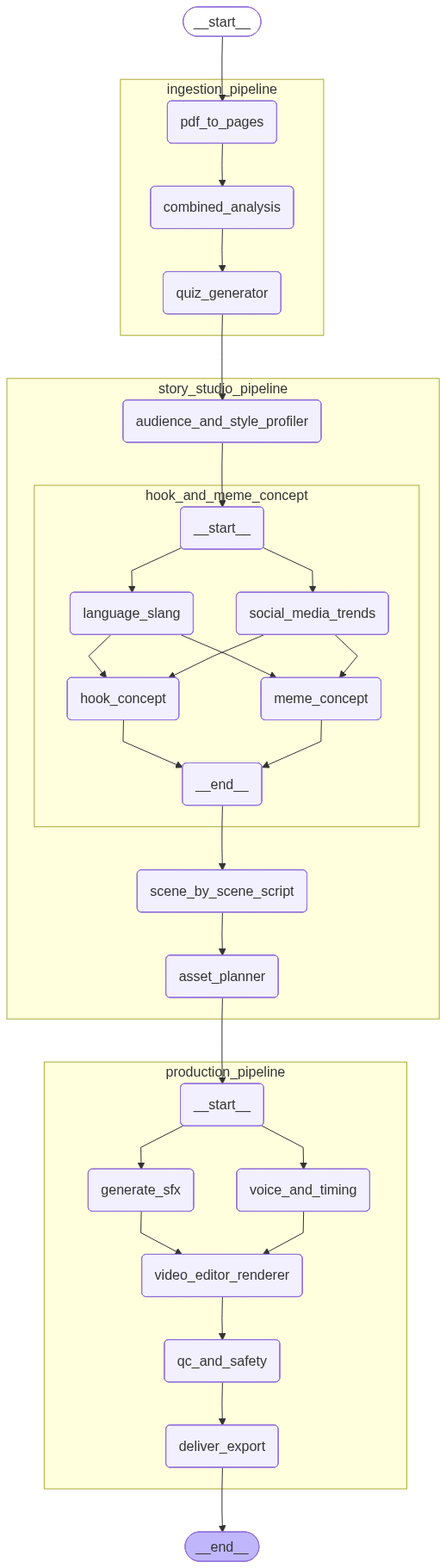
Above: graph.png in zeerafle/brainwrought (Mermaid), before the change. Its source is kept beside it as graph.mmd.
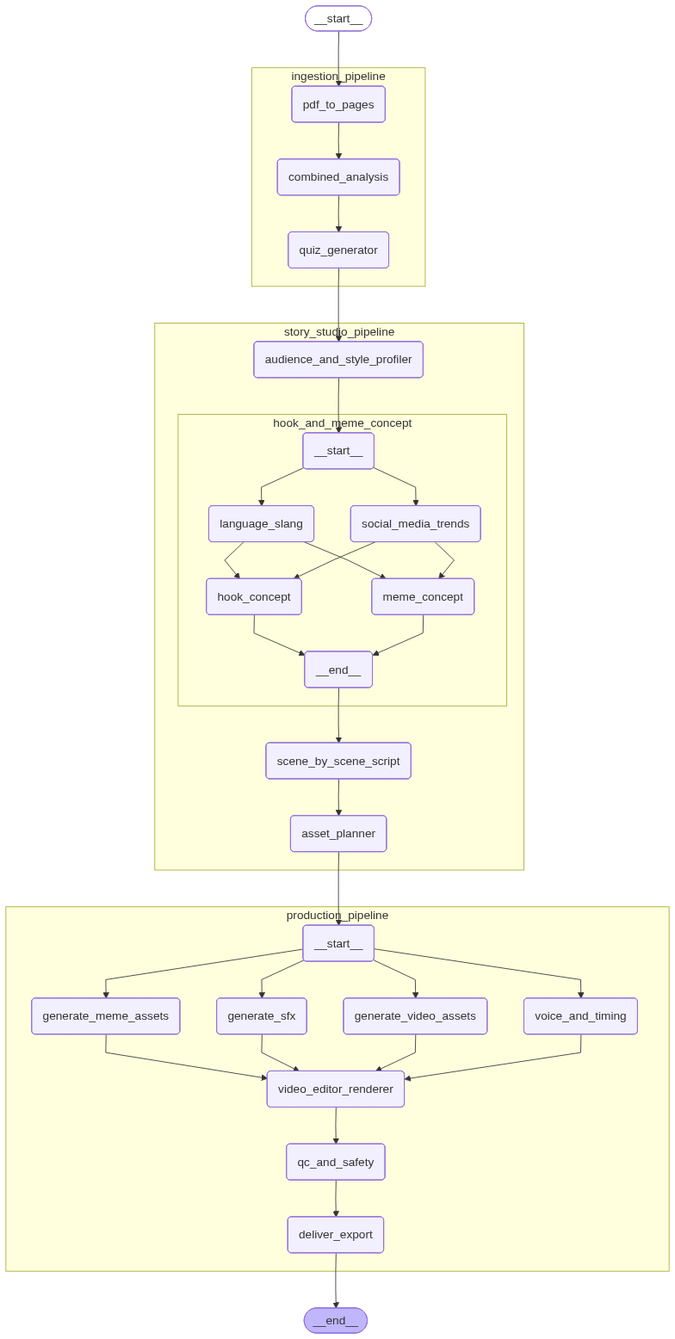
Later version of the same file.

Commit message:
Add meme asset generation and integration into production pipeline

Change to the diagram source:
```diff
@@ -45,12 +45,18 @@
 	production_pipeline\3a__start__(<p>__start__</p>)
 	production_pipeline\3avoice_and_timing(voice_and_timing)
 	production_pipeline\3agenerate_sfx(generate_sfx)
+	production_pipeline\3agenerate_video_assets(generate_video_assets)
+	production_pipeline\3agenerate_meme_assets(generate_meme_assets)
 	production_pipeline\3avideo_editor_renderer(video_editor_renderer)
 	production_pipeline\3aqc_and_safety(qc_and_safety)
 	production_pipeline\3adeliver_export(deliver_export)
+	production_pipeline\3a__start__ --> production_pipeline\3agenerate_meme_assets;
 	production_pipeline\3a__start__ --> production_pipeline\3agenerate_sfx;
+	production_pipeline\3a__start__ --> production_pipeline\3agenerate_video_assets;
 	production_pipeline\3a__start__ --> production_pipeline\3avoice_and_timing;
+	production_pipeline\3agenerate_meme_assets --> production_pipeline\3avideo_editor_renderer;
 	production_pipeline\3agenerate_sfx --> production_pipeline\3avideo_editor_renderer;
+	production_pipeline\3agenerate_video_assets --> production_pipeline\3avideo_editor_renderer;
 	production_pipeline\3aqc_and_safety --> production_pipeline\3adeliver_export;
 	production_pipeline\3avideo_editor_renderer --> production_pipeline\3aqc_and_safety;
 	production_pipeline\3avoice_and_timing --> production_pipeline\3avideo_editor_renderer;
```
